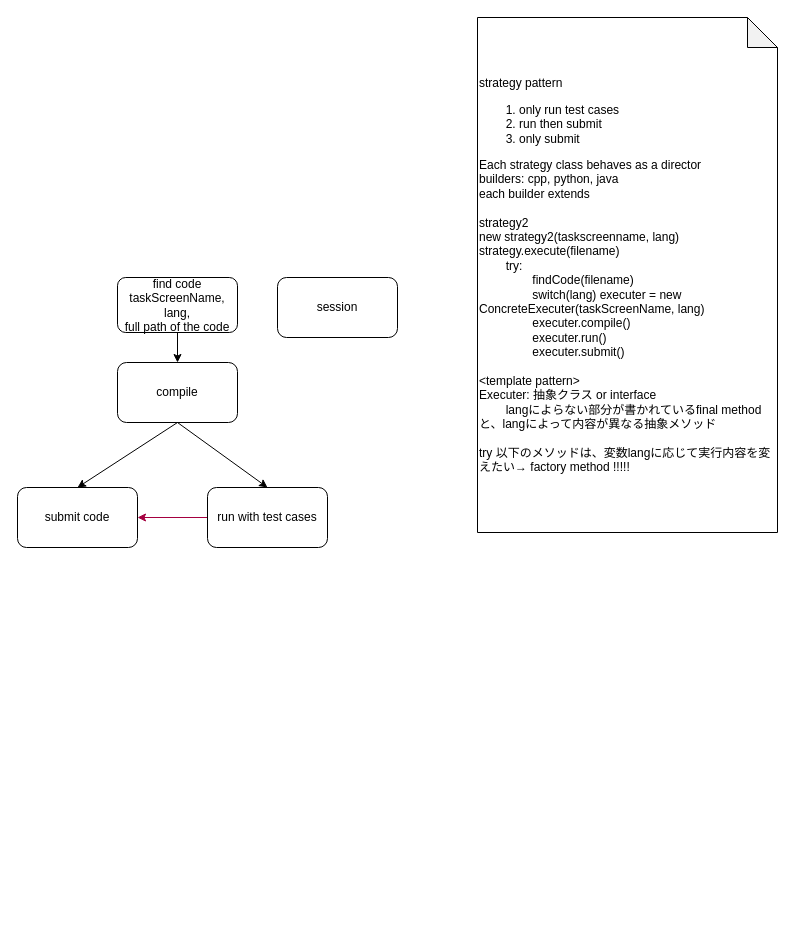
The draw.io diagram sample/dealingCode.drawio in hiranoo/AtcoderContestTool, before the edit. Source tidied: cells renumbered, new cells numbered last; positions are measured from the earlier drawing's top-left corner, leaving out a move shared by most shapes. Both pictures are drawn from the tidied source at 100%, with x=0, y=0 at pixel (17, 17).
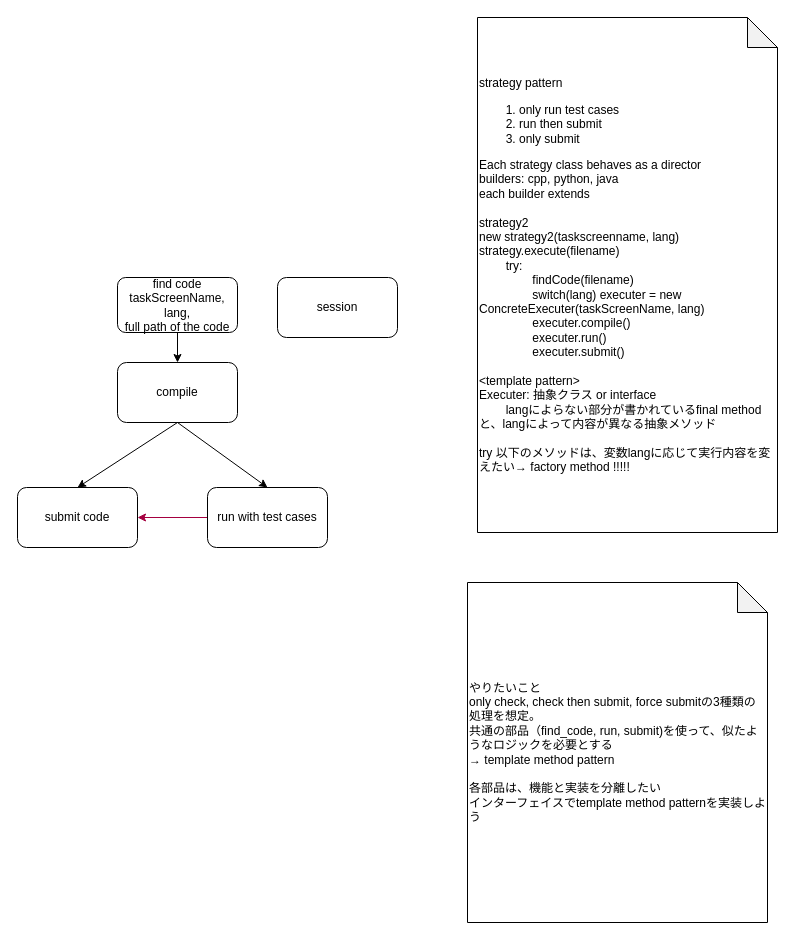
The same diagram, later.

What changed in the source:
```diff
@@
 <mxGraphModel>
   <root>
     <mxCell id="0" />
     <mxCell id="1" parent="0" />
     <mxCell id="2" style="edgeStyle=none;html=1;exitX=0.5;exitY=1;exitDx=0;exitDy=0;entryX=0.5;entryY=0;entryDx=0;entryDy=0;" parent="1" edge="1" source="3" target="9">
       <mxGeometry relative="1" as="geometry" />
     </mxCell>
     <mxCell id="3" value="find code&lt;br&gt;taskScreenName, lang,&lt;br&gt;full path of the code" style="rounded=1;whiteSpace=wrap;html=1;" parent="1" vertex="1">
       <mxGeometry x="100" y="260" width="120" height="55" as="geometry" />
     </mxCell>
     <mxCell id="4" style="edgeStyle=none;html=1;exitX=0;exitY=0.5;exitDx=0;exitDy=0;entryX=1;entryY=0.5;entryDx=0;entryDy=0;fillColor=#d80073;strokeColor=#A50040;" parent="1" edge="1" source="5" target="6">
       <mxGeometry relative="1" as="geometry" />
     </mxCell>
     <mxCell id="5" value="run with test cases" style="rounded=1;whiteSpace=wrap;html=1;" parent="1" vertex="1">
       <mxGeometry x="190" y="470" width="120" height="60" as="geometry" />
     </mxCell>
     <mxCell id="6" value="submit code" style="rounded=1;whiteSpace=wrap;html=1;" parent="1" vertex="1">
       <mxGeometry y="470" width="120" height="60" as="geometry" />
     </mxCell>
     <mxCell id="7" style="edgeStyle=none;html=1;exitX=0.5;exitY=1;exitDx=0;exitDy=0;entryX=0.5;entryY=0;entryDx=0;entryDy=0;" parent="1" edge="1" source="9" target="6">
       <mxGeometry relative="1" as="geometry" />
     </mxCell>
     <mxCell id="8" style="edgeStyle=none;html=1;exitX=0.5;exitY=1;exitDx=0;exitDy=0;entryX=0.5;entryY=0;entryDx=0;entryDy=0;" parent="1" edge="1" source="9" target="5">
       <mxGeometry relative="1" as="geometry" />
     </mxCell>
     <mxCell id="9" value="compile" style="rounded=1;whiteSpace=wrap;html=1;" parent="1" vertex="1">
       <mxGeometry x="100" y="345" width="120" height="60" as="geometry" />
     </mxCell>
     <mxCell id="10" value="strategy pattern&lt;br&gt;&lt;ol&gt;&lt;li&gt;only run test cases&lt;/li&gt;&lt;li&gt;run then submit&lt;/li&gt;&lt;li&gt;only submit&lt;/li&gt;&lt;/ol&gt;&lt;div&gt;Each strategy class behaves as a director&lt;/div&gt;&lt;div&gt;builders: cpp, python, java&lt;/div&gt;&lt;div&gt;each builder extends&amp;nbsp;&lt;/div&gt;&lt;div&gt;&lt;br&gt;&lt;/div&gt;&lt;div&gt;strategy2&lt;/div&gt;&lt;div&gt;new strategy2(taskscreenname, lang)&lt;/div&gt;&lt;div&gt;strategy.execute(filename)&lt;/div&gt;&lt;div&gt;&lt;span style=&quot;white-space: pre&quot;&gt;&#9;&lt;/span&gt;try:&lt;br&gt;&lt;/div&gt;&lt;div&gt;&lt;span style=&quot;white-space: pre&quot;&gt;&lt;span style=&quot;white-space: pre&quot;&gt;&#9;&lt;/span&gt;&#9;&lt;/span&gt;findCode(filename)&lt;/div&gt;&lt;div&gt;&lt;span style=&quot;white-space: pre&quot;&gt;&#9;&lt;/span&gt;&lt;span style=&quot;white-space: pre&quot;&gt;&#9;&lt;/span&gt;switch(lang) executer = new ConcreteExecuter(taskScreenName, lang)&lt;br&gt;&lt;/div&gt;&lt;div&gt;&lt;span style=&quot;white-space: pre&quot;&gt;&#9;&lt;/span&gt;&lt;span style=&quot;white-space: pre&quot;&gt;&#9;&lt;/span&gt;executer.compile()&lt;br&gt;&lt;/div&gt;&lt;div&gt;&lt;span style=&quot;white-space: pre&quot;&gt;&lt;span style=&quot;white-space: pre&quot;&gt;&#9;&lt;/span&gt;&#9;executer.&lt;/span&gt;run()&lt;br&gt;&lt;/div&gt;&lt;div&gt;&lt;span style=&quot;white-space: pre&quot;&gt;&#9;&lt;span style=&quot;white-space: pre&quot;&gt;&#9;&lt;/span&gt;e&lt;/span&gt;xecuter.submit()&lt;br&gt;&lt;/div&gt;&lt;div&gt;&lt;br&gt;&lt;/div&gt;&lt;div&gt;&amp;lt;template pattern&amp;gt;&lt;/div&gt;&lt;div&gt;Executer: 抽象クラス or interface&lt;/div&gt;&lt;div&gt;&lt;span style=&quot;white-space: pre&quot;&gt;&#9;&lt;/span&gt;langによらない部分が書かれているfinal methodと、langによって内容が異なる抽象メソッド&lt;br&gt;&lt;/div&gt;&lt;div&gt;&lt;span style=&quot;white-space: pre&quot;&gt;&#9;&lt;/span&gt;&lt;br&gt;&lt;/div&gt;&lt;div&gt;try 以下のメソッドは、変数langに応じて実行内容を変えたい→ factory method !!!!!&lt;/div&gt;" style="shape=note;whiteSpace=wrap;html=1;backgroundOutline=1;darkOpacity=0.05;align=left;" parent="1" vertex="1">
       <mxGeometry x="460" width="300" height="515" as="geometry" />
     </mxCell>
     <mxCell id="11" value="session" style="rounded=1;whiteSpace=wrap;html=1;" parent="1" vertex="1">
       <mxGeometry x="260" y="260" width="120" height="60" as="geometry" />
     </mxCell>
+    <mxCell id="12" value="やりたいこと&lt;br&gt;only check, check then submit, force submitの3種類の処理を想定。&lt;br&gt;共通の部品（find_code, run, submit)を使って、似たようなロジックを必要とする&lt;br&gt;→ template method pattern&lt;br&gt;&lt;br&gt;各部品は、機能と実装を分離したい&lt;br&gt;インターフェイスでtemplate method patternを実装しよう" style="shape=note;whiteSpace=wrap;html=1;backgroundOutline=1;darkOpacity=0.05;align=left;" parent="1" vertex="1">
+      <mxGeometry x="450" y="565" width="300" height="340" as="geometry" />
+    </mxCell>
   </root>
 </mxGraphModel>
```
